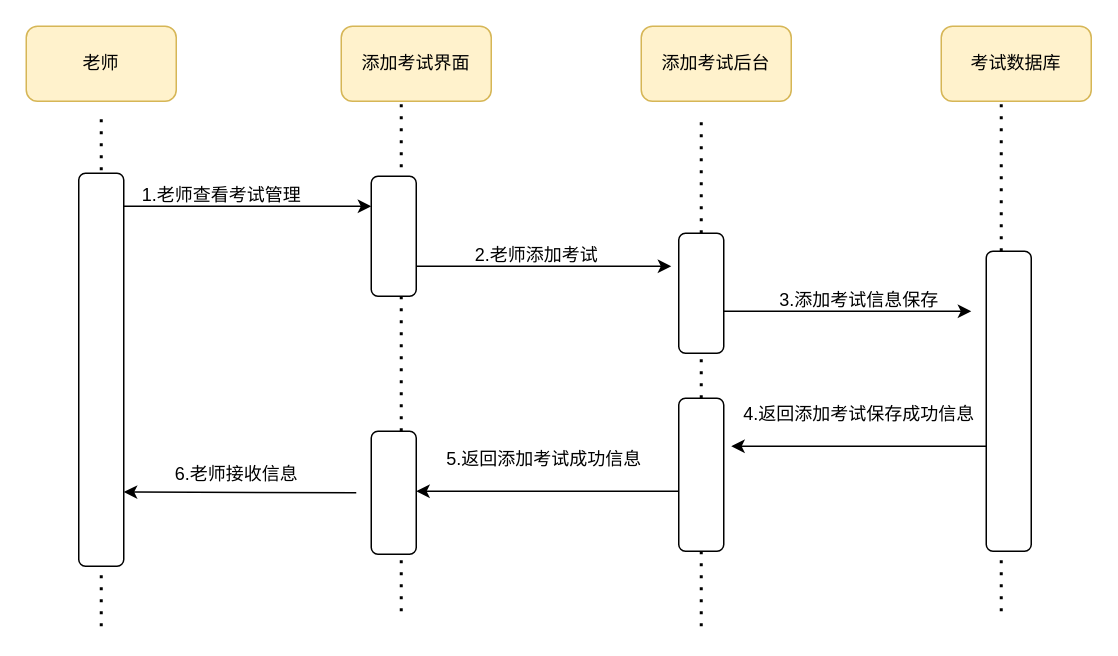
yangyutf/gr_flues keeps this draw.io diagram as 未命名绘图.drawio. Above is the earlier version. Source tidied: cells renumbered, new cells numbered last; positions are measured from the earlier drawing's top-left corner, leaving out a move shared by most shapes. Both pictures are drawn from the tidied source at 150%, with x=0, y=0 at pixel (26, 26).
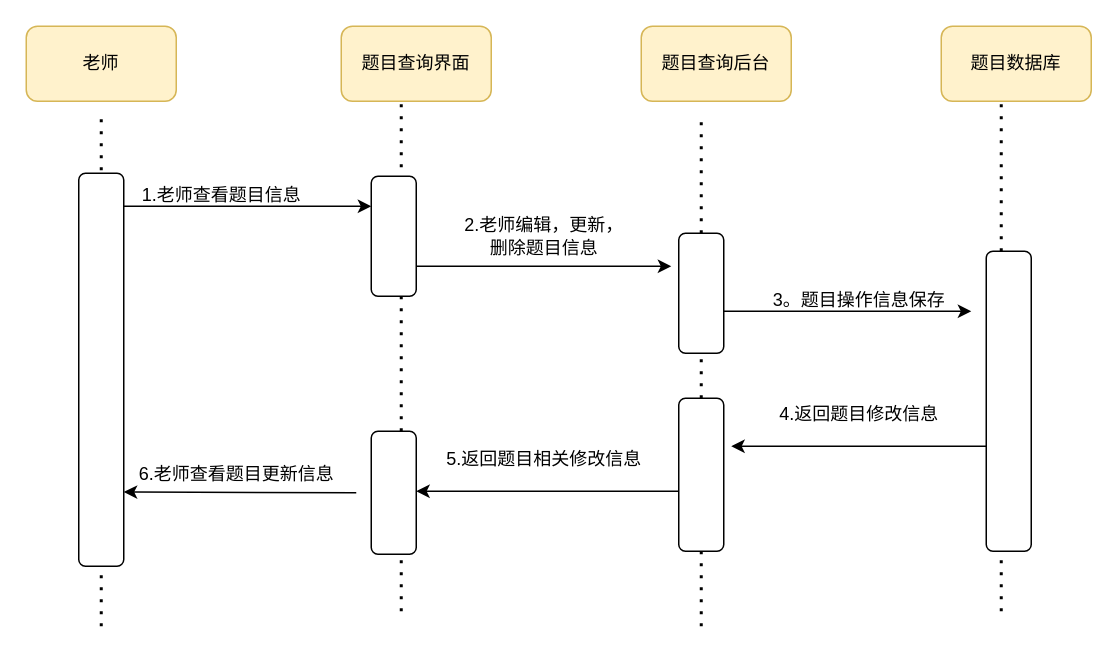
After the change.

Commit message (it also covers changes not shown here):
更新未命名绘图.drawio

Diff of the diagram source:
```diff
@@
-    <mxCell id="3" value="添加考试界面" style="rounded=1;whiteSpace=wrap;html=1;fillColor=#fff2cc;strokeColor=#d6b656;" parent="1" vertex="1">
+    <mxCell id="3" value="题目查询界面" style="rounded=1;whiteSpace=wrap;html=1;fillColor=#fff2cc;strokeColor=#d6b656;" parent="1" vertex="1">
       <mxGeometry x="210" width="100" height="50" as="geometry" />
     </mxCell>
-    <mxCell id="4" value="添加考试后台" style="rounded=1;whiteSpace=wrap;html=1;fillColor=#fff2cc;strokeColor=#d6b656;" parent="1" vertex="1">
+    <mxCell id="4" value="题目查询后台" style="rounded=1;whiteSpace=wrap;html=1;fillColor=#fff2cc;strokeColor=#d6b656;" parent="1" vertex="1">
       <mxGeometry x="410" width="100" height="50" as="geometry" />
     </mxCell>
-    <mxCell id="5" value="考试数据库" style="rounded=1;whiteSpace=wrap;html=1;fillColor=#fff2cc;strokeColor=#d6b656;" parent="1" vertex="1">
+    <mxCell id="5" value="题目数据库" style="rounded=1;whiteSpace=wrap;html=1;fillColor=#fff2cc;strokeColor=#d6b656;" parent="1" vertex="1">
       <mxGeometry x="610" width="100" height="50" as="geometry" />
     </mxCell>
@@
-    <mxCell id="11" value="1.老师查看考试管理" style="text;html=1;align=center;verticalAlign=middle;strokeColor=none;fillColor=none;" parent="1" vertex="1">
+    <mxCell id="11" value="1.老师查看题目信息" style="text;html=1;align=center;verticalAlign=middle;strokeColor=none;fillColor=none;" parent="1" vertex="1">
       <mxGeometry x="65" y="98" width="130" height="30" as="geometry" />
     </mxCell>
@@
-    <mxCell id="13" value="2.老师添加考试" style="text;html=1;align=center;verticalAlign=middle;strokeColor=none;fillColor=none;" parent="1" vertex="1">
-      <mxGeometry x="285" y="138" width="110" height="30" as="geometry" />
+    <mxCell id="13" value="2.老师编辑，更新，&lt;div&gt;删除题目信息&lt;/div&gt;" style="text;html=1;align=center;verticalAlign=middle;strokeColor=none;fillColor=none;" parent="1" vertex="1">
+      <mxGeometry x="280" y="120" width="130" height="40" as="geometry" />
     </mxCell>
@@
-    <mxCell id="15" value="3.添加考试信息保存" style="text;html=1;align=center;verticalAlign=middle;strokeColor=none;fillColor=none;" parent="1" vertex="1">
-      <mxGeometry x="490" y="168" width="130" height="30" as="geometry" />
+    <mxCell id="15" value="3。题目操作信息保存" style="text;html=1;align=center;verticalAlign=middle;strokeColor=none;fillColor=none;" parent="1" vertex="1">
+      <mxGeometry x="485" y="168" width="140" height="30" as="geometry" />
     </mxCell>
@@
-    <mxCell id="17" value="4.返回添加考试保存成功信息" style="text;html=1;align=center;verticalAlign=middle;strokeColor=none;fillColor=none;" parent="1" vertex="1">
-      <mxGeometry x="465" y="244" width="180" height="30" as="geometry" />
+    <mxCell id="17" value="4.返回题目修改信息" style="text;html=1;align=center;verticalAlign=middle;strokeColor=none;fillColor=none;" parent="1" vertex="1">
+      <mxGeometry x="490" y="244" width="130" height="30" as="geometry" />
     </mxCell>
@@
-    <mxCell id="19" value="5.返回添加考试成功信息" style="text;html=1;align=center;verticalAlign=middle;strokeColor=none;fillColor=none;" parent="1" vertex="1">
+    <mxCell id="19" value="5.返回题目相关修改信息" style="text;html=1;align=center;verticalAlign=middle;strokeColor=none;fillColor=none;" parent="1" vertex="1">
       <mxGeometry x="270" y="274" width="150" height="30" as="geometry" />
     </mxCell>
@@
-    <mxCell id="29" value="6.老师接收信息" style="text;html=1;align=center;verticalAlign=middle;strokeColor=none;fillColor=none;" parent="1" vertex="1">
-      <mxGeometry x="85" y="284" width="110" height="30" as="geometry" />
+    <mxCell id="29" value="6.老师查看题目更新信息" style="text;html=1;align=center;verticalAlign=middle;strokeColor=none;fillColor=none;" parent="1" vertex="1">
+      <mxGeometry x="65" y="284" width="150" height="30" as="geometry" />
     </mxCell>
```
